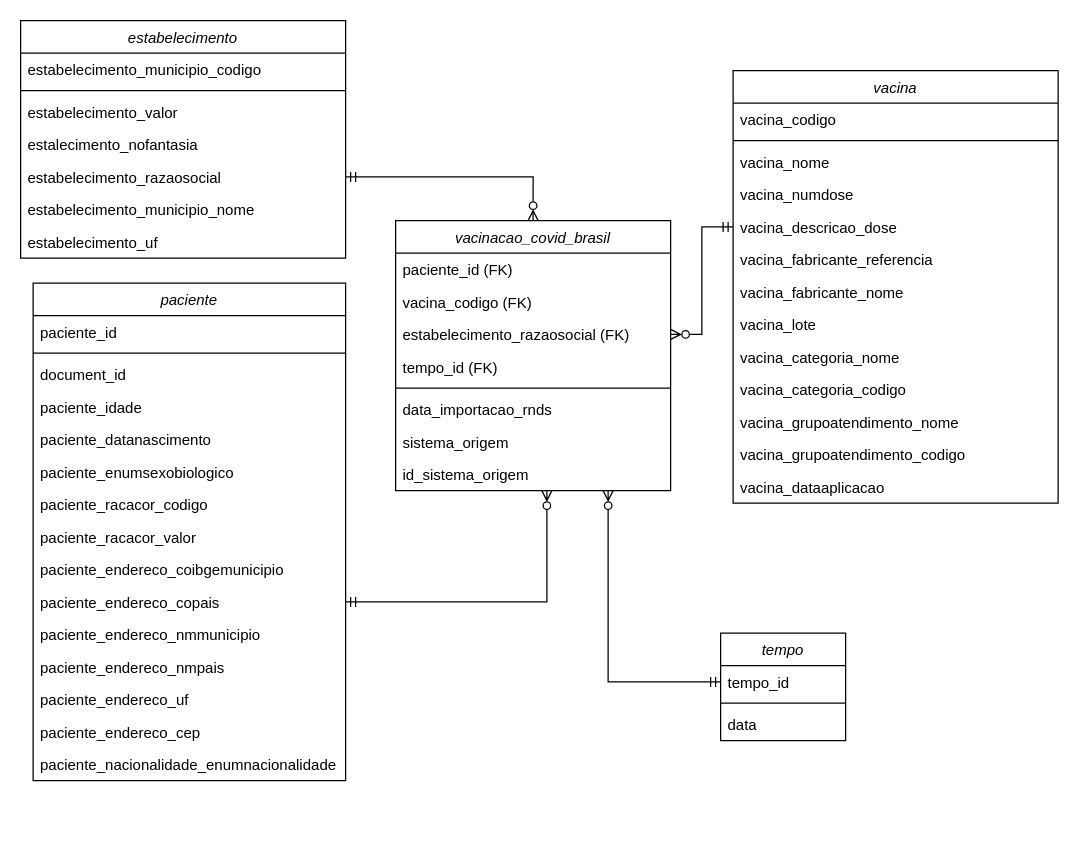
The draw.io diagram ModeloDimensional.drawio in troclaux/dw-trabalho-final-grupo, before the edit. Source tidied: cells renumbered, new cells numbered last; positions are measured from the earlier drawing's top-left corner, leaving out a move shared by most shapes. Both pictures are drawn from the tidied source at 125%, with x=0, y=0 at pixel (20, 20).
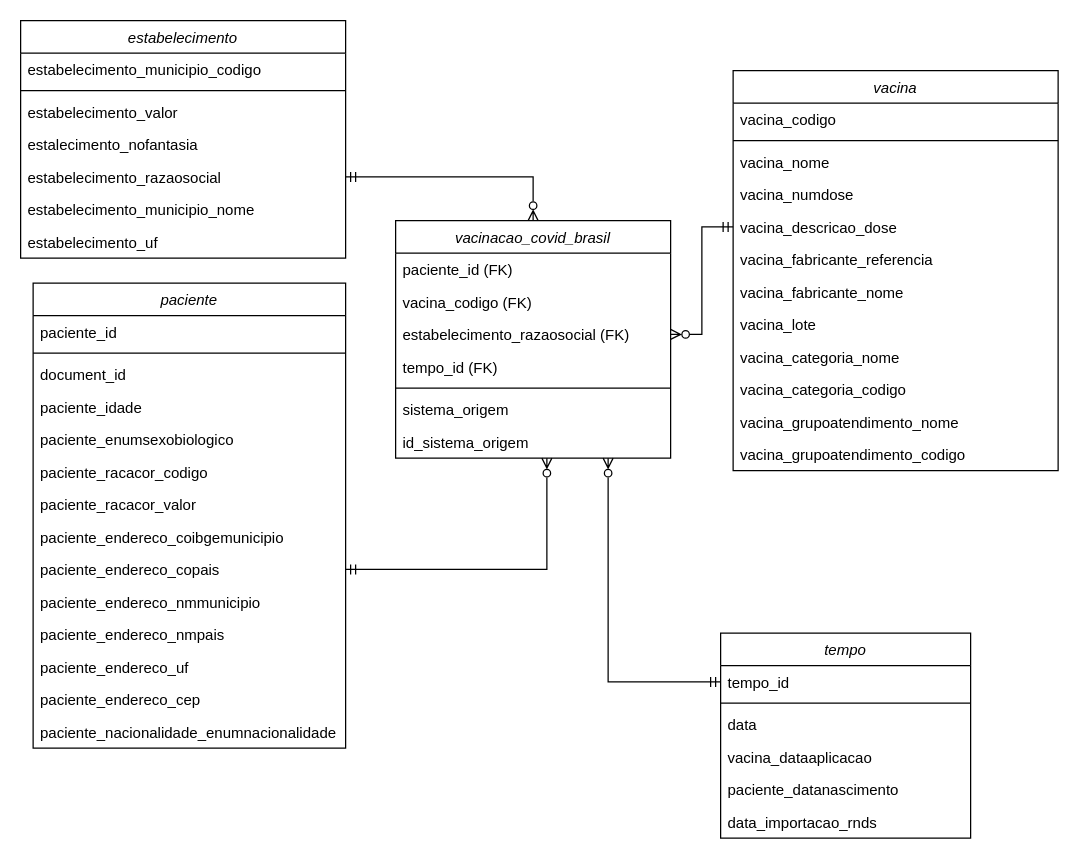
Above is the later version.

Commit message (it also covers changes not shown here):
Atualizei o modelo dimensional

The change refers to these unchanged cells:
```xml
<mxCell id="21" value="estabelecimento_razaosocial (FK)" style="text;align=left;verticalAlign=top;spacingLeft=4;spacingRight=4;overflow=hidden;points=[[0,0.5],[1,0.5]];portConstraint=eastwest;rounded=0;shadow=0;html=0;" parent="18" vertex="1">
  <mxGeometry y="78" width="220" height="26" as="geometry" />
</mxCell>
<mxCell id="32" value="estabelecimento_razaosocial" style="text;align=left;verticalAlign=top;spacingLeft=4;spacingRight=4;overflow=hidden;points=[[0,0.5],[1,0.5]];portConstraint=eastwest;" parent="27" vertex="1">
  <mxGeometry y="112" width="260" height="26" as="geometry" />
</mxCell>
<mxCell id="40" value="vacina_descricao_dose" style="text;align=left;verticalAlign=top;spacingLeft=4;spacingRight=4;overflow=hidden;points=[[0,0.5],[1,0.5]];portConstraint=eastwest;" parent="35" vertex="1">
  <mxGeometry y="112" width="260" height="26" as="geometry" />
</mxCell>
```

Diff of the diagram source:
```diff
@@
-    <mxCell id="0" />
-    <mxCell id="1" parent="0" />
+    <mxCell id="57" />
+    <mxCell id="58" parent="57" />
-    <mxCell id="2" value="paciente" style="swimlane;fontStyle=2;align=center;verticalAlign=top;horizontal=1;startSize=26;rounded=0;shadow=0;strokeWidth=1;" parent="1" vertex="1">
-      <mxGeometry x="10" y="210" width="250" height="398" as="geometry" />
+    <mxCell id="2" value="paciente" style="swimlane;fontStyle=2;align=center;verticalAlign=top;horizontal=1;startSize=26;rounded=0;shadow=0;strokeWidth=1;" parent="58" vertex="1">
+      <mxGeometry x="10" y="210" width="250" height="372" as="geometry" />
     </mxCell>
@@
-    <mxCell id="7" value="paciente_datanascimento" style="text;align=left;verticalAlign=top;spacingLeft=4;spacingRight=4;overflow=hidden;" parent="2" vertex="1">
-      <mxGeometry y="112" width="250" height="26" as="geometry" />
-    </mxCell>
     <mxCell id="8" value="paciente_enumsexobiologico" style="text;align=left;verticalAlign=top;spacingLeft=4;spacingRight=4;overflow=hidden;" parent="2" vertex="1">
-      <mxGeometry y="138" width="250" height="26" as="geometry" />
+      <mxGeometry y="112" width="250" height="26" as="geometry" />
     </mxCell>
     <mxCell id="9" value="paciente_racacor_codigo" style="text;align=left;verticalAlign=top;spacingLeft=4;spacingRight=4;overflow=hidden;" parent="2" vertex="1">
-      <mxGeometry y="164" width="250" height="26" as="geometry" />
+      <mxGeometry y="138" width="250" height="26" as="geometry" />
     </mxCell>
     <mxCell id="10" value="paciente_racacor_valor" style="text;align=left;verticalAlign=top;spacingLeft=4;spacingRight=4;overflow=hidden;" parent="2" vertex="1">
-      <mxGeometry y="190" width="250" height="26" as="geometry" />
+      <mxGeometry y="164" width="250" height="26" as="geometry" />
     </mxCell>
     <mxCell id="11" value="paciente_endereco_coibgemunicipio" style="text;align=left;verticalAlign=top;spacingLeft=4;spacingRight=4;overflow=hidden;" parent="2" vertex="1">
-      <mxGeometry y="216" width="250" height="26" as="geometry" />
+      <mxGeometry y="190" width="250" height="26" as="geometry" />
     </mxCell>
     <mxCell id="12" value="paciente_endereco_copais" style="text;align=left;verticalAlign=top;spacingLeft=4;spacingRight=4;overflow=hidden;points=[[0,0.5],[1,0.5]];portConstraint=eastwest;" parent="2" vertex="1">
-      <mxGeometry y="242" width="250" height="26" as="geometry" />
+      <mxGeometry y="216" width="250" height="26" as="geometry" />
     </mxCell>
     <mxCell id="13" value="paciente_endereco_nmmunicipio" style="text;align=left;verticalAlign=top;spacingLeft=4;spacingRight=4;overflow=hidden;" parent="2" vertex="1">
-      <mxGeometry y="268" width="250" height="26" as="geometry" />
+      <mxGeometry y="242" width="250" height="26" as="geometry" />
     </mxCell>
     <mxCell id="14" value="paciente_endereco_nmpais" style="text;align=left;verticalAlign=top;spacingLeft=4;spacingRight=4;overflow=hidden;" parent="2" vertex="1">
-      <mxGeometry y="294" width="250" height="26" as="geometry" />
+      <mxGeometry y="268" width="250" height="26" as="geometry" />
     </mxCell>
     <mxCell id="15" value="paciente_endereco_uf" style="text;align=left;verticalAlign=top;spacingLeft=4;spacingRight=4;overflow=hidden;" parent="2" vertex="1">
-      <mxGeometry y="320" width="250" height="26" as="geometry" />
+      <mxGeometry y="294" width="250" height="26" as="geometry" />
     </mxCell>
     <mxCell id="16" value="paciente_endereco_cep" style="text;align=left;verticalAlign=top;spacingLeft=4;spacingRight=4;overflow=hidden;" parent="2" vertex="1">
-      <mxGeometry y="346" width="250" height="26" as="geometry" />
+      <mxGeometry y="320" width="250" height="26" as="geometry" />
     </mxCell>
     <mxCell id="17" value="paciente_nacionalidade_enumnacionalidade" style="text;align=left;verticalAlign=top;spacingLeft=4;spacingRight=4;overflow=hidden;" parent="2" vertex="1">
-      <mxGeometry y="372" width="250" height="26" as="geometry" />
+      <mxGeometry y="346" width="250" height="24" as="geometry" />
     </mxCell>
-    <mxCell id="18" value="vacinacao_covid_brasil" style="swimlane;fontStyle=2;align=center;verticalAlign=top;horizontal=1;startSize=26;rounded=0;shadow=0;strokeWidth=1;" parent="1" vertex="1">
-      <mxGeometry x="300" y="160" width="220" height="216" as="geometry" />
+    <mxCell id="18" value="vacinacao_covid_brasil" style="swimlane;fontStyle=2;align=center;verticalAlign=top;horizontal=1;startSize=26;rounded=0;shadow=0;strokeWidth=1;" parent="58" vertex="1">
+      <mxGeometry x="300" y="160" width="220" height="190" as="geometry" />
     </mxCell>
@@
-    <mxCell id="24" value="data_importacao_rnds" style="text;align=left;verticalAlign=top;spacingLeft=4;spacingRight=4;overflow=hidden;" parent="18" vertex="1">
-      <mxGeometry y="138" width="220" height="26" as="geometry" />
-    </mxCell>
     <mxCell id="25" value="sistema_origem" style="text;align=left;verticalAlign=top;spacingLeft=4;spacingRight=4;overflow=hidden;" parent="18" vertex="1">
-      <mxGeometry y="164" width="220" height="26" as="geometry" />
+      <mxGeometry y="138" width="220" height="26" as="geometry" />
     </mxCell>
     <mxCell id="26" value="id_sistema_origem" style="text;align=left;verticalAlign=top;spacingLeft=4;spacingRight=4;overflow=hidden;points=[[0,0.5],[1,0.5]];portConstraint=eastwest;" parent="18" vertex="1">
-      <mxGeometry y="190" width="220" height="26" as="geometry" />
+      <mxGeometry y="164" width="220" height="26" as="geometry" />
     </mxCell>
-    <mxCell id="27" value="estabelecimento" style="swimlane;fontStyle=2;align=center;verticalAlign=top;horizontal=1;startSize=26;rounded=0;shadow=0;strokeWidth=1;" parent="1" vertex="1">
+    <mxCell id="27" value="estabelecimento" style="swimlane;fontStyle=2;align=center;verticalAlign=top;horizontal=1;startSize=26;rounded=0;shadow=0;strokeWidth=1;" parent="58" vertex="1">
       <mxGeometry width="260" height="190" as="geometry" />
     </mxCell>
@@
-    <mxCell id="29" style="line;html=1;strokeWidth=1;align=left;verticalAlign=middle;spacingTop=-1;spacingLeft=3;spacingRight=3;labelPosition=right;" parent="27" vertex="1">
-      <mxGeometry y="52" width="260" height="8" as="geometry" />
-    </mxCell>
+    <mxCell id="59" style="line;html=1;strokeWidth=1;align=left;verticalAlign=middle;spacingTop=-1;spacingLeft=3;spacingRight=3;labelPosition=right;" parent="27" vertex="1">
+      <mxGeometry y="52" width="260" height="8" as="geometry" />
+    </mxCell>
@@
-    <mxCell id="35" value="vacina" style="swimlane;fontStyle=2;align=center;verticalAlign=top;horizontal=1;startSize=26;rounded=0;shadow=0;strokeWidth=1;" parent="1" vertex="1">
-      <mxGeometry x="570" y="40" width="260" height="346" as="geometry" />
+    <mxCell id="35" value="vacina" style="swimlane;fontStyle=2;align=center;verticalAlign=top;horizontal=1;startSize=26;rounded=0;shadow=0;strokeWidth=1;" parent="58" vertex="1">
+      <mxGeometry x="570" y="40" width="260" height="320" as="geometry" />
     </mxCell>
@@
-    <mxCell id="37" style="line;html=1;strokeWidth=1;align=left;verticalAlign=middle;spacingTop=-1;spacingLeft=3;spacingRight=3;labelPosition=right;" parent="35" vertex="1">
-      <mxGeometry y="52" width="260" height="8" as="geometry" />
-    </mxCell>
+    <mxCell id="60" style="line;html=1;strokeWidth=1;align=left;verticalAlign=middle;spacingTop=-1;spacingLeft=3;spacingRight=3;labelPosition=right;" parent="35" vertex="1">
+      <mxGeometry y="52" width="260" height="8" as="geometry" />
+    </mxCell>
@@
-    <mxCell id="48" value="vacina_dataaplicacao" style="text;align=left;verticalAlign=top;spacingLeft=4;spacingRight=4;overflow=hidden;" parent="35" vertex="1">
-      <mxGeometry y="320" width="260" height="26" as="geometry" />
-    </mxCell>
-    <mxCell id="49" style="edgeStyle=orthogonalEdgeStyle;rounded=0;jettySize=auto;html=1;exitX=1;exitY=0.5;exitDx=0;exitDy=0;entryX=0.5;entryY=0;entryDx=0;entryDy=0;startArrow=ERmandOne;startFill=0;endArrow=ERzeroToMany;endFill=0;" parent="1" edge="1" source="32" target="18">
+    <mxCell id="49" style="edgeStyle=orthogonalEdgeStyle;rounded=0;jettySize=auto;html=1;exitX=1;exitY=0.5;exitDx=0;exitDy=0;entryX=0.5;entryY=0;entryDx=0;entryDy=0;startArrow=ERmandOne;startFill=0;endArrow=ERzeroToMany;endFill=0;" parent="58" edge="1" source="32" target="18">
       <mxGeometry relative="1" as="geometry" />
     </mxCell>
-    <mxCell id="50" style="edgeStyle=orthogonalEdgeStyle;rounded=0;jettySize=auto;html=1;exitX=1;exitY=0.5;exitDx=0;exitDy=0;entryX=0.55;entryY=1;entryDx=0;entryDy=0;entryPerimeter=0;startArrow=ERmandOne;startFill=0;endArrow=ERzeroToMany;endFill=0;" parent="1" edge="1" source="12" target="26">
+    <mxCell id="50" style="edgeStyle=orthogonalEdgeStyle;rounded=0;jettySize=auto;html=1;exitX=1;exitY=0.5;exitDx=0;exitDy=0;entryX=0.55;entryY=1;entryDx=0;entryDy=0;entryPerimeter=0;startArrow=ERmandOne;startFill=0;endArrow=ERzeroToMany;endFill=0;" parent="58" edge="1" source="12" target="26">
       <mxGeometry relative="1" as="geometry" />
     </mxCell>
-    <mxCell id="51" style="edgeStyle=orthogonalEdgeStyle;rounded=0;jettySize=auto;html=1;exitX=0;exitY=0.5;exitDx=0;exitDy=0;entryX=1;entryY=0.5;entryDx=0;entryDy=0;startArrow=ERmandOne;startFill=0;endArrow=ERzeroToMany;endFill=0;" parent="1" edge="1" source="40" target="21">
+    <mxCell id="51" style="edgeStyle=orthogonalEdgeStyle;rounded=0;jettySize=auto;html=1;exitX=0;exitY=0.5;exitDx=0;exitDy=0;entryX=1;entryY=0.5;entryDx=0;entryDy=0;startArrow=ERmandOne;startFill=0;endArrow=ERzeroToMany;endFill=0;" parent="58" edge="1" source="40" target="21">
       <mxGeometry relative="1" as="geometry" />
     </mxCell>
-    <mxCell id="52" value="tempo" style="swimlane;fontStyle=2;align=center;verticalAlign=top;horizontal=1;startSize=26;rounded=0;shadow=0;strokeWidth=1;" parent="1" vertex="1">
-      <mxGeometry x="560" y="490" width="100" height="86" as="geometry" />
+    <mxCell id="52" value="tempo" style="swimlane;fontStyle=2;align=center;verticalAlign=top;horizontal=1;startSize=26;rounded=0;shadow=0;strokeWidth=1;" parent="58" vertex="1">
+      <mxGeometry x="560" y="490" width="200" height="164" as="geometry" />
     </mxCell>
     <mxCell id="53" value="tempo_id" style="text;align=left;verticalAlign=top;spacingLeft=4;spacingRight=4;overflow=hidden;" parent="52" vertex="1">
-      <mxGeometry y="26" width="100" height="26" as="geometry" />
+      <mxGeometry y="26" width="200" height="26" as="geometry" />
     </mxCell>
-    <mxCell id="54" style="line;html=1;strokeWidth=1;align=left;verticalAlign=middle;spacingTop=-1;spacingLeft=3;spacingRight=3;labelPosition=right;" parent="52" vertex="1">
-      <mxGeometry y="52" width="100" height="8" as="geometry" />
-    </mxCell>
+    <mxCell id="61" style="line;html=1;strokeWidth=1;align=left;verticalAlign=middle;spacingTop=-1;spacingLeft=3;spacingRight=3;labelPosition=right;" parent="52" vertex="1">
+      <mxGeometry y="52" width="200" height="8" as="geometry" />
+    </mxCell>
     <mxCell id="55" value="data" style="text;align=left;verticalAlign=top;spacingLeft=4;spacingRight=4;overflow=hidden;" parent="52" vertex="1">
-      <mxGeometry y="60" width="100" height="26" as="geometry" />
+      <mxGeometry y="60" width="200" height="26" as="geometry" />
     </mxCell>
-    <mxCell id="56" style="edgeStyle=orthogonalEdgeStyle;rounded=0;jettySize=auto;html=1;startArrow=ERmandOne;startFill=0;endArrow=ERzeroToMany;endFill=0;exitX=0;exitY=0.5;exitDx=0;exitDy=0;" parent="1" edge="1" target="26">
-      <mxGeometry relative="1" as="geometry">
-        <mxPoint x="560" y="529" as="sourcePoint" />
-        <Array as="points">
-          <mxPoint x="470" y="529" />
-        </Array>
-      </mxGeometry>
-    </mxCell>
+    <mxCell id="48" value="vacina_dataaplicacao" style="text;align=left;verticalAlign=top;spacingLeft=4;spacingRight=4;overflow=hidden;" parent="52" vertex="1">
+      <mxGeometry y="86" width="200" height="26" as="geometry" />
+    </mxCell>
+    <mxCell id="7" value="paciente_datanascimento" style="text;align=left;verticalAlign=top;spacingLeft=4;spacingRight=4;overflow=hidden;" parent="52" vertex="1">
+      <mxGeometry y="112" width="200" height="26" as="geometry" />
+    </mxCell>
+    <mxCell id="24" value="data_importacao_rnds" style="text;align=left;verticalAlign=top;spacingLeft=4;spacingRight=4;overflow=hidden;" parent="52" vertex="1">
+      <mxGeometry y="138" width="200" height="26" as="geometry" />
+    </mxCell>
+    <mxCell id="62" style="edgeStyle=orthogonalEdgeStyle;rounded=0;jettySize=auto;html=1;startArrow=ERmandOne;startFill=0;endArrow=ERzeroToMany;endFill=0;exitX=0;exitY=0.5;exitDx=0;exitDy=0;" parent="58" edge="1" target="26">
+      <mxGeometry relative="1" as="geometry">
+        <mxPoint x="560" y="529" as="sourcePoint" />
+        <Array as="points">
+          <mxPoint x="470" y="529" />
+        </Array>
+      </mxGeometry>
+    </mxCell>
```
